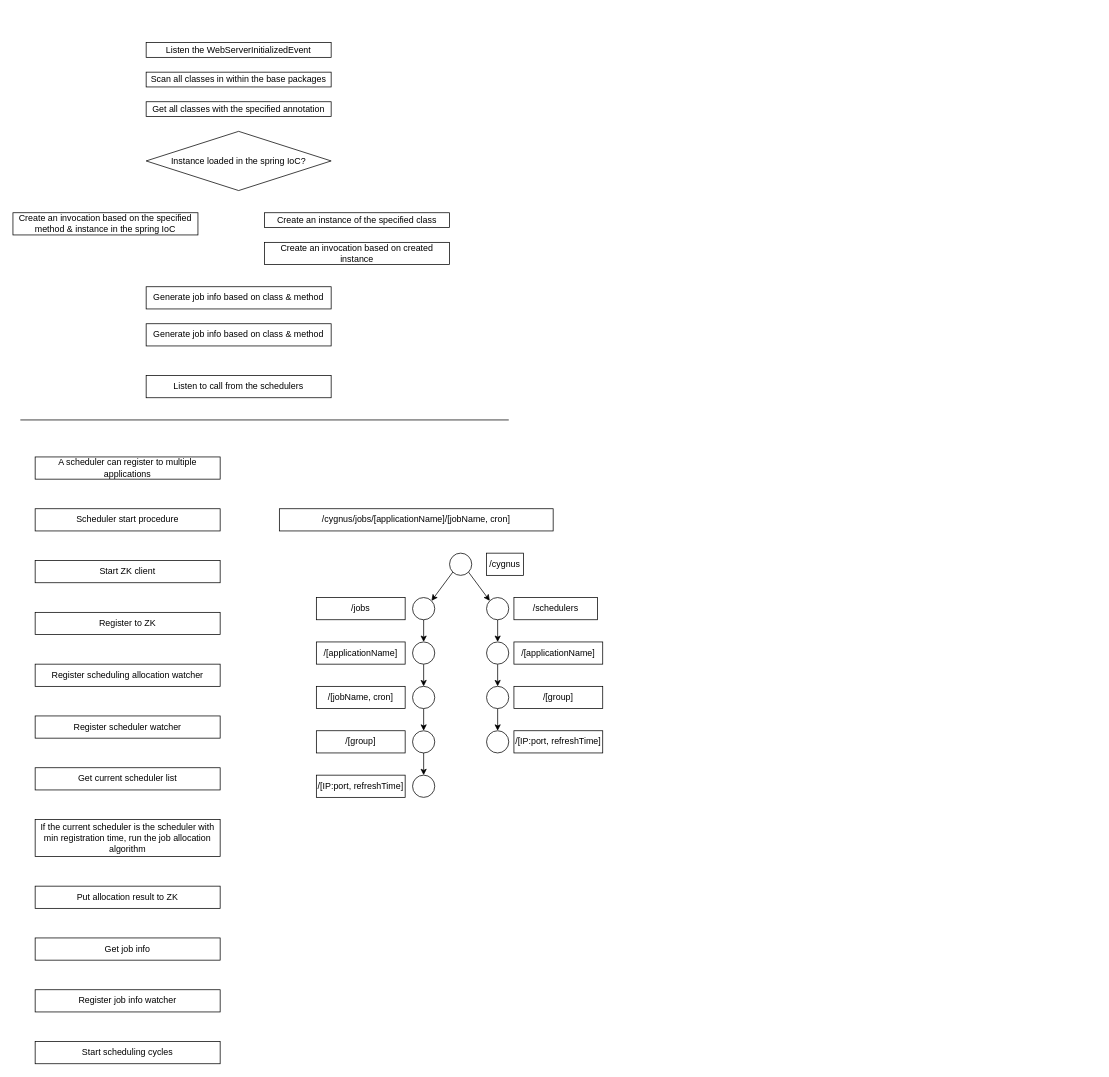
The draw.io diagram Cygnus.drawio in D15190304050/drawio_charts, before the edit. Source tidied: cells renumbered, new cells numbered last; positions are measured from the earlier drawing's top-left corner, leaving out a move shared by most shapes. Both pictures are drawn from the tidied source at 74%, with x=0, y=0 at pixel (13, 42).
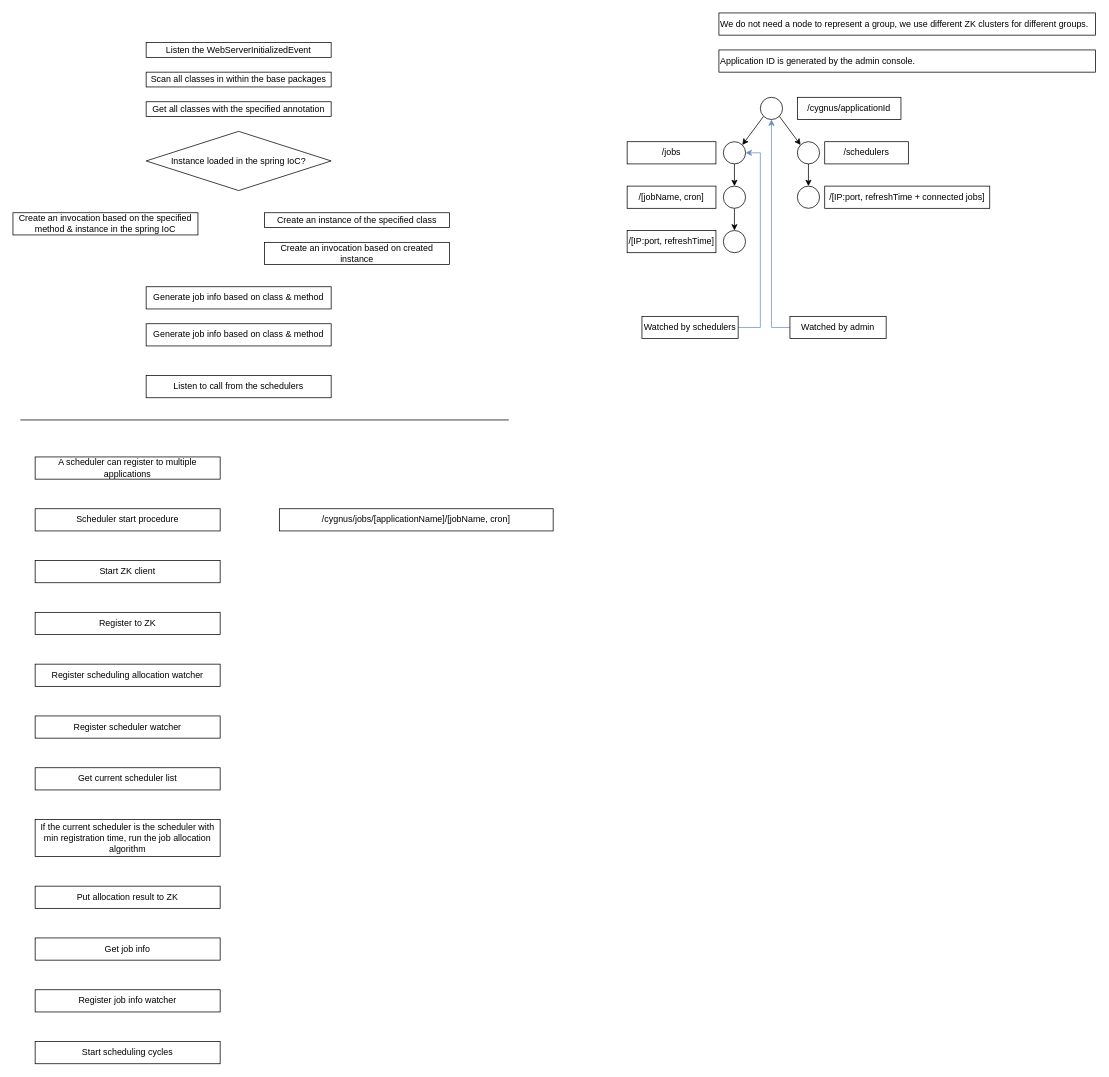
The same diagram, later.

What changed in the source:
```diff
@@
     <mxCell id="27" style="ellipse;whiteSpace=wrap;html=1;" parent="1" vertex="1">
-      <mxGeometry x="590" y="690" width="30" height="30" as="geometry" />
+      <mxGeometry x="1010" y="74" width="30" height="30" as="geometry" />
     </mxCell>
-    <mxCell id="28" value="/cygnus" style="rounded=0;whiteSpace=wrap;html=1;" parent="1" vertex="1">
-      <mxGeometry x="640" y="690" width="50" height="30" as="geometry" />
+    <mxCell id="28" value="/cygnus/applicationId" style="rounded=0;whiteSpace=wrap;html=1;" parent="1" vertex="1">
+      <mxGeometry x="1060" y="74" width="140" height="30" as="geometry" />
     </mxCell>
@@
     <mxCell id="30" style="ellipse;whiteSpace=wrap;html=1;" parent="1" vertex="1">
-      <mxGeometry x="540" y="750" width="30" height="30" as="geometry" />
+      <mxGeometry x="960" y="134" width="30" height="30" as="geometry" />
     </mxCell>
@@
     <mxCell id="32" style="ellipse;whiteSpace=wrap;html=1;" parent="1" vertex="1">
-      <mxGeometry x="640" y="750" width="30" height="30" as="geometry" />
+      <mxGeometry x="1060" y="134" width="30" height="30" as="geometry" />
     </mxCell>
     <mxCell id="33" value="/jobs" style="rounded=0;whiteSpace=wrap;html=1;" parent="1" vertex="1">
-      <mxGeometry x="410" y="750" width="120" height="30" as="geometry" />
+      <mxGeometry x="830" y="134" width="120" height="30" as="geometry" />
     </mxCell>
     <mxCell id="34" value="/schedulers" style="rounded=0;whiteSpace=wrap;html=1;" parent="1" vertex="1">
-      <mxGeometry x="677" y="750" width="113" height="30" as="geometry" />
+      <mxGeometry x="1097" y="134" width="113" height="30" as="geometry" />
     </mxCell>
@@
     <mxCell id="36" style="ellipse;whiteSpace=wrap;html=1;" parent="1" vertex="1">
-      <mxGeometry x="540" y="810" width="30" height="30" as="geometry" />
+      <mxGeometry x="960" y="194" width="30" height="30" as="geometry" />
     </mxCell>
-    <mxCell id="37" value="/[applicationName]" style="rounded=0;whiteSpace=wrap;html=1;" parent="1" vertex="1">
-      <mxGeometry x="410" y="810" width="120" height="30" as="geometry" />
-    </mxCell>
-    <mxCell id="38" style="edgeStyle=orthogonalEdgeStyle;rounded=0;jettySize=auto;html=1;exitX=0.5;exitY=1;exitDx=0;exitDy=0;entryX=0.5;entryY=0;entryDx=0;entryDy=0;" parent="1" edge="1" source="39" target="42">
-      <mxGeometry relative="1" as="geometry" />
-    </mxCell>
     <mxCell id="39" style="ellipse;whiteSpace=wrap;html=1;" parent="1" vertex="1">
-      <mxGeometry x="540" y="870" width="30" height="30" as="geometry" />
+      <mxGeometry x="960" y="254" width="30" height="30" as="geometry" />
     </mxCell>
     <mxCell id="40" value="/[jobName, cron]" style="rounded=0;whiteSpace=wrap;html=1;" parent="1" vertex="1">
-      <mxGeometry x="410" y="870" width="120" height="30" as="geometry" />
+      <mxGeometry x="830" y="194" width="120" height="30" as="geometry" />
     </mxCell>
-    <mxCell id="41" style="edgeStyle=orthogonalEdgeStyle;rounded=0;jettySize=auto;html=1;exitX=0.5;exitY=1;exitDx=0;exitDy=0;entryX=0.5;entryY=0;entryDx=0;entryDy=0;" parent="1" edge="1" source="42" target="44">
-      <mxGeometry relative="1" as="geometry" />
-    </mxCell>
-    <mxCell id="42" style="ellipse;whiteSpace=wrap;html=1;" parent="1" vertex="1">
-      <mxGeometry x="540" y="930" width="30" height="30" as="geometry" />
-    </mxCell>
-    <mxCell id="43" value="/[group]" style="rounded=0;whiteSpace=wrap;html=1;" parent="1" vertex="1">
-      <mxGeometry x="410" y="930" width="120" height="30" as="geometry" />
+    <mxCell id="43" value="We do not need a node to represent a group, we use different ZK clusters for different groups." style="rounded=0;whiteSpace=wrap;html=1;align=left;" parent="1" vertex="1">
+      <mxGeometry x="954" y="-40" width="509" height="30" as="geometry" />
     </mxCell>
-    <mxCell id="44" style="ellipse;whiteSpace=wrap;html=1;" parent="1" vertex="1">
-      <mxGeometry x="540" y="990" width="30" height="30" as="geometry" />
-    </mxCell>
     <mxCell id="45" value="/[IP:port, refreshTime]" style="rounded=0;whiteSpace=wrap;html=1;" parent="1" vertex="1">
-      <mxGeometry x="410" y="990" width="120" height="30" as="geometry" />
+      <mxGeometry x="830" y="254" width="120" height="30" as="geometry" />
     </mxCell>
-    <mxCell id="46" style="edgeStyle=orthogonalEdgeStyle;rounded=0;jettySize=auto;html=1;exitX=0.5;exitY=1;exitDx=0;exitDy=0;entryX=0.5;entryY=0;entryDx=0;entryDy=0;" parent="1" edge="1" source="47" target="50">
-      <mxGeometry relative="1" as="geometry" />
-    </mxCell>
     <mxCell id="47" style="ellipse;whiteSpace=wrap;html=1;" parent="1" vertex="1">
-      <mxGeometry x="640" y="810" width="30" height="30" as="geometry" />
+      <mxGeometry x="1060" y="194" width="30" height="30" as="geometry" />
     </mxCell>
-    <mxCell id="48" value="/[applicationName]" style="rounded=0;whiteSpace=wrap;html=1;" parent="1" vertex="1">
-      <mxGeometry x="677" y="810" width="120" height="30" as="geometry" />
-    </mxCell>
-    <mxCell id="49" style="edgeStyle=orthogonalEdgeStyle;rounded=0;jettySize=auto;html=1;exitX=0.5;exitY=1;exitDx=0;exitDy=0;entryX=0.5;entryY=0;entryDx=0;entryDy=0;" parent="1" edge="1" source="50" target="52">
-      <mxGeometry relative="1" as="geometry" />
-    </mxCell>
-    <mxCell id="50" style="ellipse;whiteSpace=wrap;html=1;" parent="1" vertex="1">
-      <mxGeometry x="640" y="870" width="30" height="30" as="geometry" />
-    </mxCell>
-    <mxCell id="51" value="/[group]" style="rounded=0;whiteSpace=wrap;html=1;" parent="1" vertex="1">
-      <mxGeometry x="677" y="870" width="120" height="30" as="geometry" />
-    </mxCell>
-    <mxCell id="52" style="ellipse;whiteSpace=wrap;html=1;" parent="1" vertex="1">
-      <mxGeometry x="640" y="930" width="30" height="30" as="geometry" />
-    </mxCell>
-    <mxCell id="53" value="/[IP:port, refreshTime]" style="rounded=0;whiteSpace=wrap;html=1;" parent="1" vertex="1">
-      <mxGeometry x="677" y="930" width="120" height="30" as="geometry" />
-    </mxCell>
@@
+    <mxCell id="55" value="/[IP:port, refreshTime + connected jobs]" style="rounded=0;whiteSpace=wrap;html=1;" parent="1" vertex="1">
+      <mxGeometry x="1097" y="194" width="223" height="30" as="geometry" />
+    </mxCell>
+    <mxCell id="56" value="Application ID is generated by the admin console." style="rounded=0;whiteSpace=wrap;html=1;align=left;" parent="1" vertex="1">
+      <mxGeometry x="954" y="10" width="509" height="30" as="geometry" />
+    </mxCell>
+    <mxCell id="57" style="edgeStyle=orthogonalEdgeStyle;rounded=0;jettySize=auto;html=1;exitX=1;exitY=0.5;exitDx=0;exitDy=0;entryX=1;entryY=0.5;entryDx=0;entryDy=0;fillColor=#dae8fc;strokeColor=#6c8ebf;" parent="1" edge="1" source="58" target="30">
+      <mxGeometry relative="1" as="geometry" />
+    </mxCell>
+    <mxCell id="58" value="Watched by schedulers" style="rounded=0;whiteSpace=wrap;html=1;" parent="1" vertex="1">
+      <mxGeometry x="850" y="370" width="130" height="30" as="geometry" />
+    </mxCell>
+    <mxCell id="59" style="edgeStyle=orthogonalEdgeStyle;rounded=0;jettySize=auto;html=1;exitX=0;exitY=0.5;exitDx=0;exitDy=0;entryX=0.5;entryY=1;entryDx=0;entryDy=0;fillColor=#dae8fc;strokeColor=#6c8ebf;" parent="1" edge="1" source="60" target="27">
+      <mxGeometry relative="1" as="geometry" />
+    </mxCell>
+    <mxCell id="60" value="Watched by admin" style="rounded=0;whiteSpace=wrap;html=1;" parent="1" vertex="1">
+      <mxGeometry x="1050" y="370" width="130" height="30" as="geometry" />
+    </mxCell>
```
